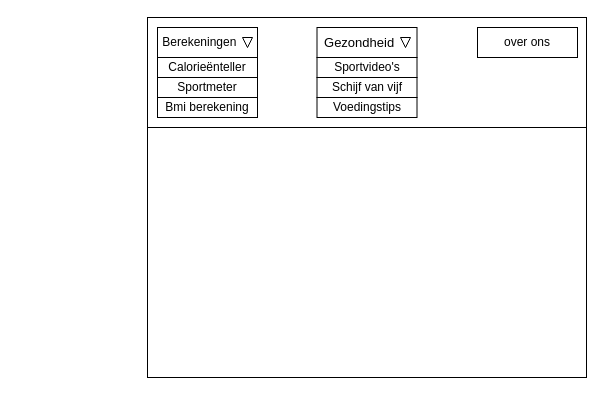
Before: Fatness.drawio in Minkema/PO3_informatica_JARL, a draw.io diagram. Source tidied: cells renumbered, new cells numbered last; positions are measured from the earlier drawing's top-left corner, leaving out a move shared by most shapes. Both pictures are drawn from the tidied source at 100%, with x=0, y=0 at pixel (147, 17).
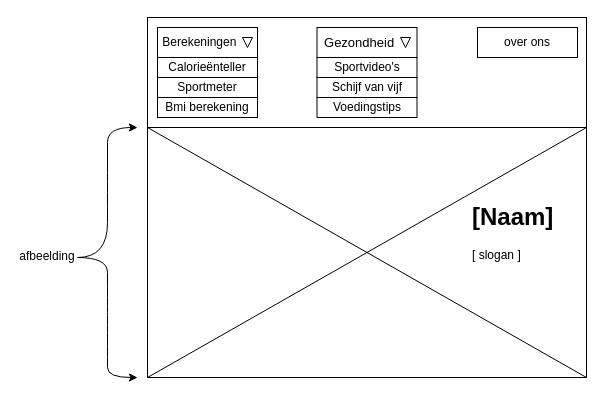
The same diagram, later.

The change refers to these unchanged cells:
```xml
<mxCell id="2" style="rounded=0;whiteSpace=wrap;html=1;" parent="1" vertex="1">
  <mxGeometry y="110" width="439" height="250" as="geometry" />
</mxCell>
```

Diff of the diagram source:
```diff
@@
+    <mxCell id="15" style="endArrow=none;html=1;rounded=0;entryX=1;entryY=0;entryDx=0;entryDy=0;exitX=0;exitY=1;exitDx=0;exitDy=0;" parent="1" edge="1" source="2" target="2">
+      <mxGeometry relative="1" as="geometry" />
+    </mxCell>
+    <mxCell id="16" style="endArrow=none;html=1;rounded=0;entryX=1;entryY=1;entryDx=0;entryDy=0;exitX=0;exitY=0;exitDx=0;exitDy=0;" parent="1" edge="1" source="2" target="2">
+      <mxGeometry relative="1" as="geometry" />
+    </mxCell>
+    <mxCell id="17" value="&lt;h1&gt;[Naam]&lt;/h1&gt;&lt;p&gt;[ slogan&amp;nbsp;&lt;span style=&quot;background-color: initial;&quot;&gt;]&lt;/span&gt;&lt;/p&gt;" style="text;html=1;strokeColor=none;fillColor=none;spacing=5;spacingTop=-20;whiteSpace=wrap;overflow=hidden;rounded=0;" parent="1" vertex="1">
+      <mxGeometry x="320" y="180" width="90" height="70" as="geometry" />
+    </mxCell>
+    <mxCell id="18" style="curved=1;endArrow=classic;html=1;rounded=0;" parent="1" edge="1">
+      <mxGeometry relative="1" as="geometry">
+        <mxPoint x="-70" y="240" as="sourcePoint" />
+        <mxPoint x="-10" y="110" as="targetPoint" />
+        <Array as="points">
+          <mxPoint x="-40" y="240" />
+          <mxPoint x="-40" y="170" />
+          <mxPoint x="-40" y="140" />
+          <mxPoint x="-40" y="110" />
+        </Array>
+      </mxGeometry>
+    </mxCell>
+    <mxCell id="19" style="curved=1;endArrow=classic;html=1;rounded=0;" parent="1" edge="1">
+      <mxGeometry relative="1" as="geometry">
+        <mxPoint x="-70" y="240" as="sourcePoint" />
+        <mxPoint x="-10" y="360" as="targetPoint" />
+        <Array as="points">
+          <mxPoint x="-40" y="240" />
+          <mxPoint x="-40" y="270" />
+          <mxPoint x="-40" y="290" />
+          <mxPoint x="-40" y="300" />
+          <mxPoint x="-40" y="330" />
+          <mxPoint x="-40" y="350" />
+          <mxPoint x="-40" y="340" />
+          <mxPoint x="-40" y="360" />
+        </Array>
+      </mxGeometry>
+    </mxCell>
+    <mxCell id="20" value="afbeelding" style="text;html=1;strokeColor=none;fillColor=none;align=center;verticalAlign=middle;whiteSpace=wrap;rounded=0;" parent="1" vertex="1">
+      <mxGeometry x="-130" y="224" width="60" height="30" as="geometry" />
+    </mxCell>
```
